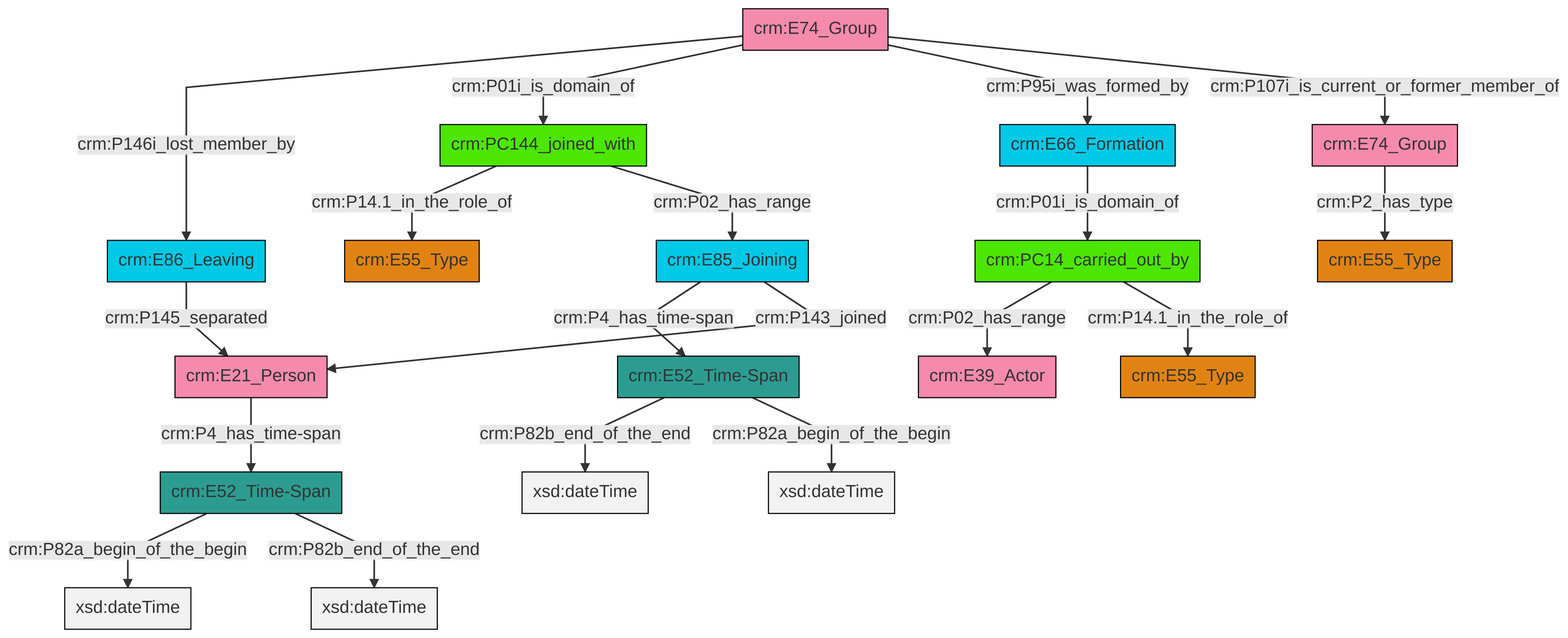
This is et/groupCSV/ttl/mmd/png/group_actor_relations.png from swiss-art-research-net/docs.swissartresearch, a Mermaid export, as it was before one commit. Its source is kept beside it as et/groupCSV/ttl/mmd/group_actor_relations.ttl.mmd.
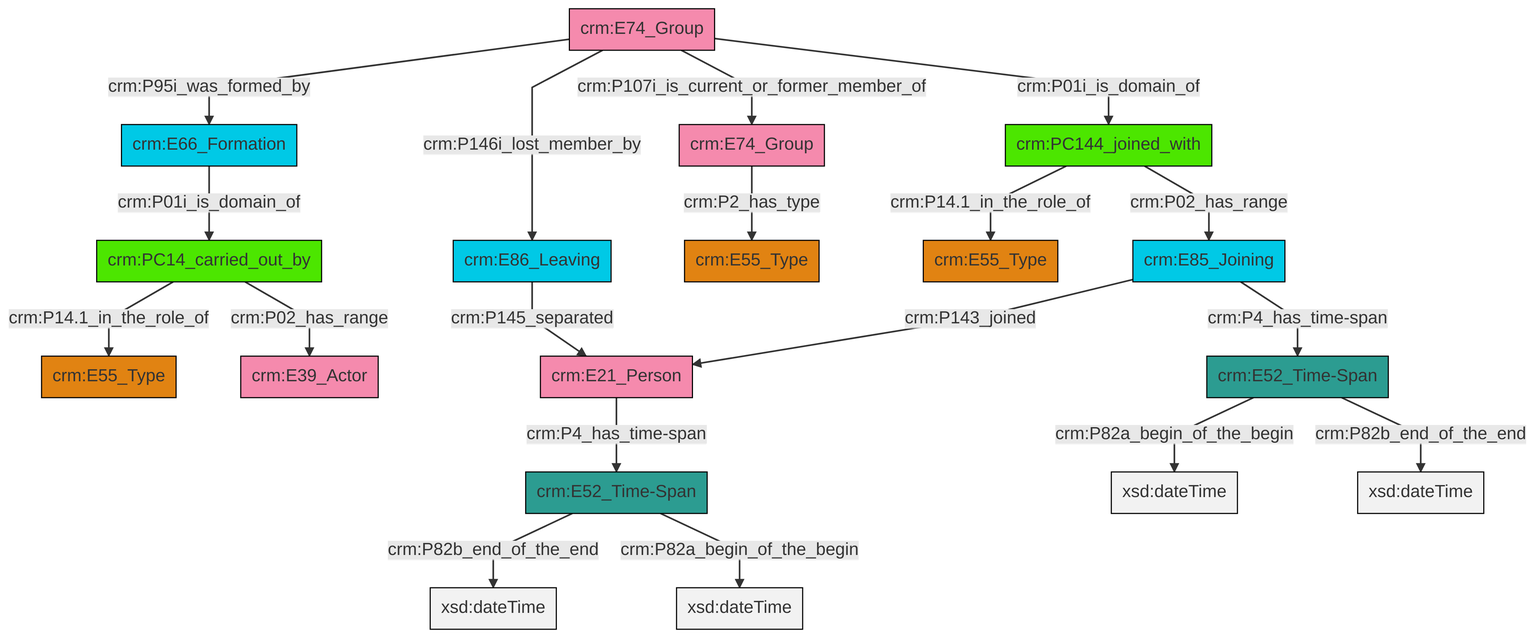
Later version of the same file.

The edit, as a diff of the source:
```diff
@@ -13,21 +13,21 @@
 classDef PC_Classes fill:#4ce600, stroke:#000000;
 classDef Multi fill:#cccccc,stroke:#000000;
 
-0["crm:E86_Leaving"]:::Temporal_Entity -->|crm:P145_separated| 1["crm:E21_Person"]:::Actor
-2["crm:PC14_carried_out_by"]:::PC_Classes -->|crm:P02_has_range| 3["crm:E39_Actor"]:::Actor
-4["crm:E85_Joining"]:::Temporal_Entity -->|crm:P4_has_time-span| 5["crm:E52_Time-Span"]:::Time-Span
-8["crm:E74_Group"]:::Actor -->|crm:P2_has_type| 9["crm:E55_Type"]:::Type
-1["crm:E21_Person"]:::Actor -->|crm:P4_has_time-span| 10["crm:E52_Time-Span"]:::Time-Span
-6["crm:E74_Group"]:::Actor -->|crm:P146i_lost_member_by| 0["crm:E86_Leaving"]:::Temporal_Entity
-17["crm:E66_Formation"]:::Temporal_Entity -->|crm:P01i_is_domain_of| 2["crm:PC14_carried_out_by"]:::PC_Classes
-10["crm:E52_Time-Span"]:::Time-Span -->|crm:P82a_begin_of_the_begin| 19[xsd:dateTime]:::Literal
-13["crm:PC144_joined_with"]:::PC_Classes -->|crm:P14.1_in_the_role_of| 11["crm:E55_Type"]:::Type
-2["crm:PC14_carried_out_by"]:::PC_Classes -->|crm:P14.1_in_the_role_of| 20["crm:E55_Type"]:::Type
-5["crm:E52_Time-Span"]:::Time-Span -->|crm:P82b_end_of_the_end| 21[xsd:dateTime]:::Literal
-10["crm:E52_Time-Span"]:::Time-Span -->|crm:P82b_end_of_the_end| 23[xsd:dateTime]:::Literal
-4["crm:E85_Joining"]:::Temporal_Entity -->|crm:P143_joined| 1["crm:E21_Person"]:::Actor
-6["crm:E74_Group"]:::Actor -->|crm:P01i_is_domain_of| 13["crm:PC144_joined_with"]:::PC_Classes
-6["crm:E74_Group"]:::Actor -->|crm:P95i_was_formed_by| 17["crm:E66_Formation"]:::Temporal_Entity
-6["crm:E74_Group"]:::Actor -->|crm:P107i_is_current_or_former_member_of| 8["crm:E74_Group"]:::Actor
-5["crm:E52_Time-Span"]:::Time-Span -->|crm:P82a_begin_of_the_begin| 32[xsd:dateTime]:::Literal
-13["crm:PC144_joined_with"]:::PC_Classes -->|crm:P02_has_range| 4["crm:E85_Joining"]:::Temporal_Entity
+2["crm:E52_Time-Span"]:::Time-Span -->|crm:P82a_begin_of_the_begin| 3[xsd:dateTime]:::Literal
+8["crm:E52_Time-Span"]:::Time-Span -->|crm:P82b_end_of_the_end| 9[xsd:dateTime]:::Literal
+10["crm:E85_Joining"]:::Temporal_Entity -->|crm:P143_joined| 11["crm:E21_Person"]:::Actor
+12["crm:E74_Group"]:::Actor -->|crm:P95i_was_formed_by| 13["crm:E66_Formation"]:::Temporal_Entity
+12["crm:E74_Group"]:::Actor -->|crm:P146i_lost_member_by| 6["crm:E86_Leaving"]:::Temporal_Entity
+11["crm:E21_Person"]:::Actor -->|crm:P4_has_time-span| 8["crm:E52_Time-Span"]:::Time-Span
+12["crm:E74_Group"]:::Actor -->|crm:P107i_is_current_or_former_member_of| 16["crm:E74_Group"]:::Actor
+0["crm:PC14_carried_out_by"]:::PC_Classes -->|crm:P14.1_in_the_role_of| 4["crm:E55_Type"]:::Type
+20["crm:PC144_joined_with"]:::PC_Classes -->|crm:P14.1_in_the_role_of| 21["crm:E55_Type"]:::Type
+12["crm:E74_Group"]:::Actor -->|crm:P01i_is_domain_of| 20["crm:PC144_joined_with"]:::PC_Classes
+20["crm:PC144_joined_with"]:::PC_Classes -->|crm:P02_has_range| 10["crm:E85_Joining"]:::Temporal_Entity
+16["crm:E74_Group"]:::Actor -->|crm:P2_has_type| 14["crm:E55_Type"]:::Type
+0["crm:PC14_carried_out_by"]:::PC_Classes -->|crm:P02_has_range| 17["crm:E39_Actor"]:::Actor
+2["crm:E52_Time-Span"]:::Time-Span -->|crm:P82b_end_of_the_end| 28[xsd:dateTime]:::Literal
+8["crm:E52_Time-Span"]:::Time-Span -->|crm:P82a_begin_of_the_begin| 30[xsd:dateTime]:::Literal
+13["crm:E66_Formation"]:::Temporal_Entity -->|crm:P01i_is_domain_of| 0["crm:PC14_carried_out_by"]:::PC_Classes
+6["crm:E86_Leaving"]:::Temporal_Entity -->|crm:P145_separated| 11["crm:E21_Person"]:::Actor
+10["crm:E85_Joining"]:::Temporal_Entity -->|crm:P4_has_time-span| 2["crm:E52_Time-Span"]:::Time-Span
```
